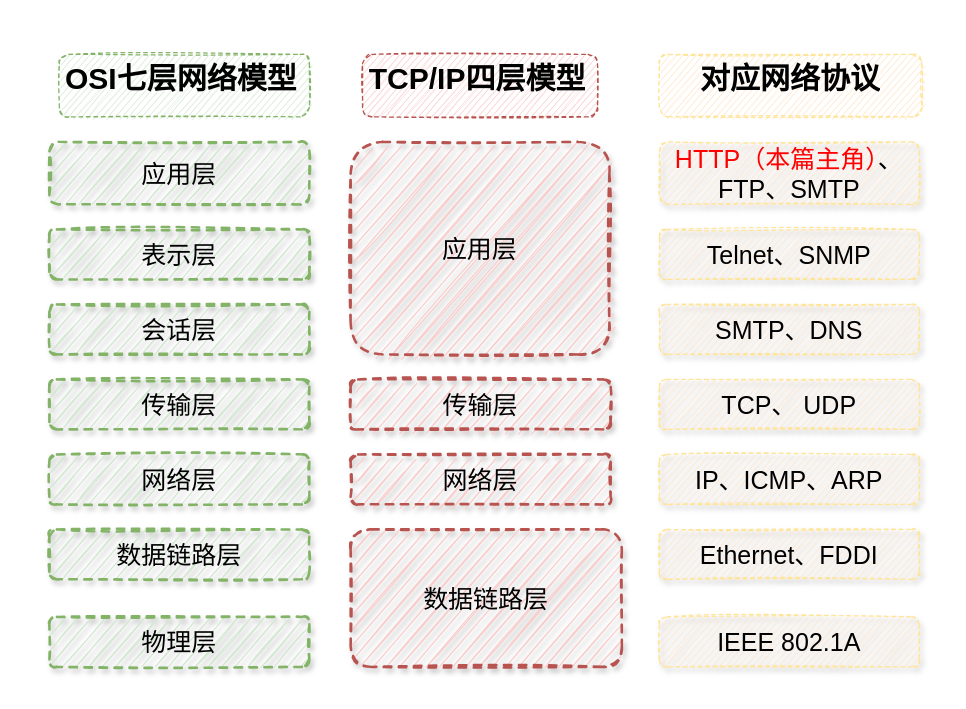
Earlier version of the draw.io diagram Untitled Diagram.drawio (xiaobaiTech/image). Source tidied: cells renumbered, new cells numbered last; positions are measured from the earlier drawing's top-left corner, leaving out a move shared by most shapes. Both pictures are drawn from the tidied source at 125%, with x=0, y=0 at pixel (49, 54).
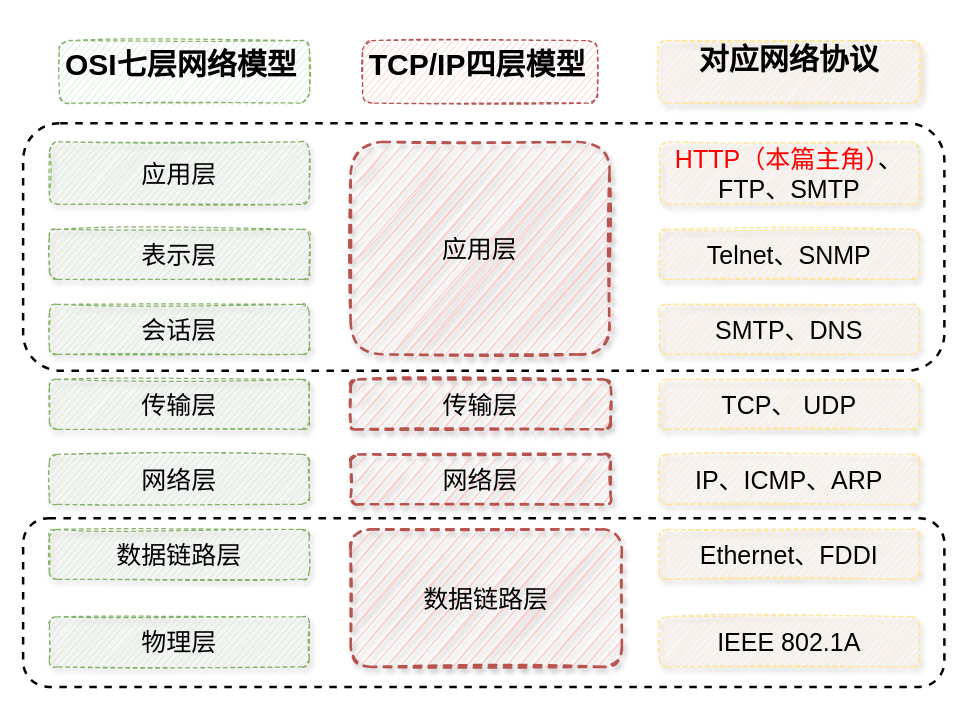
Above is the later version.

Diff of the diagram source:
```diff
@@
-    <mxCell id="2" value="表示层" style="whiteSpace=wrap;html=1;shadow=1;fontSize=20;fillColor=#d5e8d4;strokeColor=#82b366;strokeWidth=2;dashed=1;glass=0;rounded=1;sketch=1;" parent="1" vertex="1">
+    <mxCell id="2" value="表示层" style="whiteSpace=wrap;html=1;shadow=1;fontSize=20;fillColor=#d5e8d4;strokeColor=#82b366;strokeWidth=1;dashed=1;glass=0;rounded=1;sketch=1;" parent="1" vertex="1">
       <mxGeometry y="140" width="208" height="40" as="geometry" />
     </mxCell>
-    <mxCell id="3" value="会话层" style="whiteSpace=wrap;html=1;shadow=1;fontSize=20;fillColor=#d5e8d4;strokeColor=#82b366;strokeWidth=2;dashed=1;glass=0;rounded=1;sketch=1;" parent="1" vertex="1">
+    <mxCell id="3" value="会话层" style="whiteSpace=wrap;html=1;shadow=1;fontSize=20;fillColor=#d5e8d4;strokeColor=#82b366;strokeWidth=1;dashed=1;glass=0;rounded=1;sketch=1;" parent="1" vertex="1">
       <mxGeometry y="200" width="208" height="40" as="geometry" />
     </mxCell>
-    <mxCell id="4" value="传输层" style="whiteSpace=wrap;html=1;shadow=1;fontSize=20;fillColor=#d5e8d4;strokeColor=#82b366;strokeWidth=2;dashed=1;glass=0;rounded=1;sketch=1;" parent="1" vertex="1">
+    <mxCell id="4" value="传输层" style="whiteSpace=wrap;html=1;shadow=1;fontSize=20;fillColor=#d5e8d4;strokeColor=#82b366;strokeWidth=1;dashed=1;glass=0;rounded=1;sketch=1;" parent="1" vertex="1">
       <mxGeometry y="260" width="208" height="40" as="geometry" />
     </mxCell>
-    <mxCell id="5" value="物理层" style="whiteSpace=wrap;html=1;shadow=1;fontSize=20;fillColor=#d5e8d4;strokeColor=#82b366;strokeWidth=2;dashed=1;glass=0;rounded=1;sketch=1;" parent="1" vertex="1">
+    <mxCell id="5" value="物理层" style="whiteSpace=wrap;html=1;shadow=1;fontSize=20;fillColor=#d5e8d4;strokeColor=#82b366;strokeWidth=1;dashed=1;glass=0;rounded=1;sketch=1;" parent="1" vertex="1">
       <mxGeometry y="450" width="208" height="40" as="geometry" />
     </mxCell>
-    <mxCell id="6" value="数据链路层" style="whiteSpace=wrap;html=1;shadow=1;fontSize=20;fillColor=#d5e8d4;strokeColor=#82b366;strokeWidth=2;dashed=1;glass=0;rounded=1;sketch=1;" parent="1" vertex="1">
+    <mxCell id="6" value="数据链路层" style="whiteSpace=wrap;html=1;shadow=1;fontSize=20;fillColor=#d5e8d4;strokeColor=#82b366;strokeWidth=1;dashed=1;glass=0;rounded=1;sketch=1;" parent="1" vertex="1">
       <mxGeometry y="380" width="208" height="40" as="geometry" />
     </mxCell>
-    <mxCell id="7" value="网络层" style="whiteSpace=wrap;html=1;shadow=1;fontSize=20;fillColor=#d5e8d4;strokeColor=#82b366;strokeWidth=2;dashed=1;glass=0;rounded=1;sketch=1;" parent="1" vertex="1">
+    <mxCell id="7" value="网络层" style="whiteSpace=wrap;html=1;shadow=1;fontSize=20;fillColor=#d5e8d4;strokeColor=#82b366;strokeWidth=1;dashed=1;glass=0;rounded=1;sketch=1;" parent="1" vertex="1">
       <mxGeometry y="320" width="208" height="40" as="geometry" />
     </mxCell>
-    <mxCell id="8" value="应用层" style="whiteSpace=wrap;html=1;shadow=1;fontSize=20;fillColor=#d5e8d4;strokeColor=#82b366;strokeWidth=2;dashed=1;glass=0;rounded=1;sketch=1;" parent="1" vertex="1">
+    <mxCell id="8" value="应用层" style="whiteSpace=wrap;html=1;shadow=1;fontSize=20;fillColor=#d5e8d4;strokeColor=#82b366;strokeWidth=1;dashed=1;glass=0;rounded=1;sketch=1;" parent="1" vertex="1">
       <mxGeometry y="70" width="208" height="50" as="geometry" />
     </mxCell>
@@
     <mxCell id="13" value="&lt;h1&gt;OSI七层网络模型&lt;/h1&gt;&lt;p&gt;&lt;br&gt;&lt;/p&gt;" style="text;html=1;strokeColor=#82b366;fillColor=#d5e8d4;spacing=5;spacingTop=-20;whiteSpace=wrap;overflow=hidden;rounded=1;glass=0;dashed=1;sketch=1;" parent="1" vertex="1">
-      <mxGeometry x="8" width="200" height="50" as="geometry" />
+      <mxGeometry x="8" y="-11" width="200" height="50" as="geometry" />
     </mxCell>
     <mxCell id="14" value="&lt;h1&gt;TCP/IP四层模型&lt;/h1&gt;&lt;p&gt;&lt;br&gt;&lt;/p&gt;" style="text;html=1;strokeColor=#b85450;fillColor=#f8cecc;spacing=5;spacingTop=-20;whiteSpace=wrap;overflow=hidden;rounded=1;glass=0;dashed=1;sketch=1;" parent="1" vertex="1">
-      <mxGeometry x="250.5" width="188" height="50" as="geometry" />
+      <mxGeometry x="250.5" y="-11" width="188" height="50" as="geometry" />
     </mxCell>
-    <mxCell id="15" value="Telnet、SNMP" style="whiteSpace=wrap;html=1;shadow=1;fontSize=20;strokeWidth=1;dashed=1;glass=0;rounded=1;sketch=1;strokeColor=#FFE599;fillColor=#FFE6CC;" parent="1" vertex="1">
+    <mxCell id="15" value="Telnet、SNMP" style="whiteSpace=wrap;html=1;shadow=1;fontSize=20;strokeWidth=1;dashed=1;glass=0;rounded=1;sketch=1;strokeColor=#FFE599;fillColor=#FFE6CC;verticalAlign=middle;" parent="1" vertex="1">
       <mxGeometry x="488" y="140" width="208" height="40" as="geometry" />
     </mxCell>
-    <mxCell id="16" value="SMTP、DNS" style="whiteSpace=wrap;html=1;shadow=1;fontSize=20;strokeWidth=1;dashed=1;glass=0;rounded=1;sketch=1;strokeColor=#FFE599;fillColor=#FFE6CC;" parent="1" vertex="1">
+    <mxCell id="16" value="SMTP、DNS" style="whiteSpace=wrap;html=1;shadow=1;fontSize=20;strokeWidth=1;dashed=1;glass=0;rounded=1;sketch=1;strokeColor=#FFE599;fillColor=#FFE6CC;verticalAlign=middle;" parent="1" vertex="1">
       <mxGeometry x="488" y="200" width="208" height="40" as="geometry" />
     </mxCell>
-    <mxCell id="17" value="TCP、 UDP" style="whiteSpace=wrap;html=1;shadow=1;fontSize=20;strokeWidth=1;dashed=1;glass=0;rounded=1;sketch=1;strokeColor=#FFE599;fillColor=#FFE6CC;" parent="1" vertex="1">
+    <mxCell id="17" value="TCP、 UDP" style="whiteSpace=wrap;html=1;shadow=1;fontSize=20;strokeWidth=1;dashed=1;glass=0;rounded=1;sketch=1;strokeColor=#FFE599;fillColor=#FFE6CC;verticalAlign=middle;" parent="1" vertex="1">
       <mxGeometry x="488" y="260" width="208" height="40" as="geometry" />
     </mxCell>
-    <mxCell id="18" value="IEEE 802.1A" style="whiteSpace=wrap;html=1;shadow=1;fontSize=20;strokeWidth=1;dashed=1;glass=0;rounded=1;sketch=1;strokeColor=#FFE599;fillColor=#FFE6CC;" parent="1" vertex="1">
+    <mxCell id="18" value="IEEE 802.1A" style="whiteSpace=wrap;html=1;shadow=1;fontSize=20;strokeWidth=1;dashed=1;glass=0;rounded=1;sketch=1;strokeColor=#FFE599;fillColor=#FFE6CC;verticalAlign=middle;" parent="1" vertex="1">
       <mxGeometry x="488" y="450" width="208" height="40" as="geometry" />
     </mxCell>
-    <mxCell id="19" value="Ethernet、FDDI" style="whiteSpace=wrap;html=1;shadow=1;fontSize=20;strokeWidth=1;dashed=1;glass=0;rounded=1;sketch=1;strokeColor=#FFE599;fillColor=#FFE6CC;" parent="1" vertex="1">
+    <mxCell id="19" value="Ethernet、FDDI" style="whiteSpace=wrap;html=1;shadow=1;fontSize=20;strokeWidth=1;dashed=1;glass=0;rounded=1;sketch=1;strokeColor=#FFE599;fillColor=#FFE6CC;verticalAlign=middle;" parent="1" vertex="1">
       <mxGeometry x="488" y="380" width="208" height="40" as="geometry" />
     </mxCell>
-    <mxCell id="20" value="IP、ICMP、ARP" style="whiteSpace=wrap;html=1;shadow=1;fontSize=20;strokeWidth=1;dashed=1;glass=0;rounded=1;sketch=1;strokeColor=#FFE599;fillColor=#FFE6CC;" parent="1" vertex="1">
+    <mxCell id="20" value="IP、ICMP、ARP" style="whiteSpace=wrap;html=1;shadow=1;fontSize=20;strokeWidth=1;dashed=1;glass=0;rounded=1;sketch=1;strokeColor=#FFE599;fillColor=#FFE6CC;verticalAlign=middle;" parent="1" vertex="1">
       <mxGeometry x="488" y="320" width="208" height="40" as="geometry" />
     </mxCell>
-    <mxCell id="21" value="&lt;font color=&quot;#ff0000&quot;&gt;HTTP（本篇主角）&lt;/font&gt;、FTP、SMTP" style="whiteSpace=wrap;html=1;shadow=1;fontSize=20;strokeWidth=1;dashed=1;glass=0;rounded=1;sketch=1;strokeColor=#FFE599;fillColor=#FFE6CC;" parent="1" vertex="1">
+    <mxCell id="21" value="&lt;font color=&quot;#ff0000&quot;&gt;HTTP（本篇主角）&lt;/font&gt;、FTP、SMTP" style="whiteSpace=wrap;html=1;shadow=1;fontSize=20;strokeWidth=1;dashed=1;glass=0;rounded=1;sketch=1;strokeColor=#FFE599;fillColor=#FFE6CC;verticalAlign=middle;" parent="1" vertex="1">
       <mxGeometry x="488" y="70" width="208" height="50" as="geometry" />
     </mxCell>
-    <mxCell id="22" value="&lt;h1 style=&quot;&quot;&gt;对应网络协议&lt;/h1&gt;&lt;p&gt;&lt;br&gt;&lt;/p&gt;" style="text;html=1;fillColor=#ffe6cc;spacing=5;spacingTop=-20;whiteSpace=wrap;overflow=hidden;rounded=1;glass=0;dashed=1;sketch=1;align=center;strokeColor=#FFE599;shadow=0;" parent="1" vertex="1">
-      <mxGeometry x="488" width="210" height="50" as="geometry" />
+    <mxCell id="22" value="&lt;h1 style=&quot;&quot;&gt;对应网络协议&lt;/h1&gt;&lt;p&gt;&lt;br&gt;&lt;/p&gt;" style="text;html=1;fillColor=#ffe6cc;spacing=5;spacingTop=-20;whiteSpace=wrap;overflow=hidden;rounded=1;glass=0;dashed=1;sketch=1;align=center;strokeColor=#FFE599;shadow=1;verticalAlign=middle;" parent="1" vertex="1">
+      <mxGeometry x="487" y="-11" width="210" height="50" as="geometry" />
     </mxCell>
+    <mxCell id="23" style="rounded=1;whiteSpace=wrap;html=1;shadow=0;glass=0;dashed=1;sketch=0;strokeWidth=2;align=center;fillColor=none;" parent="1" vertex="1">
+      <mxGeometry x="-21" y="55" width="737" height="198" as="geometry" />
+    </mxCell>
+    <mxCell id="24" style="rounded=1;whiteSpace=wrap;html=1;shadow=0;glass=0;dashed=1;sketch=0;strokeWidth=2;align=center;fillColor=none;" parent="1" vertex="1">
+      <mxGeometry x="-21" y="371" width="737" height="135" as="geometry" />
+    </mxCell>
```
